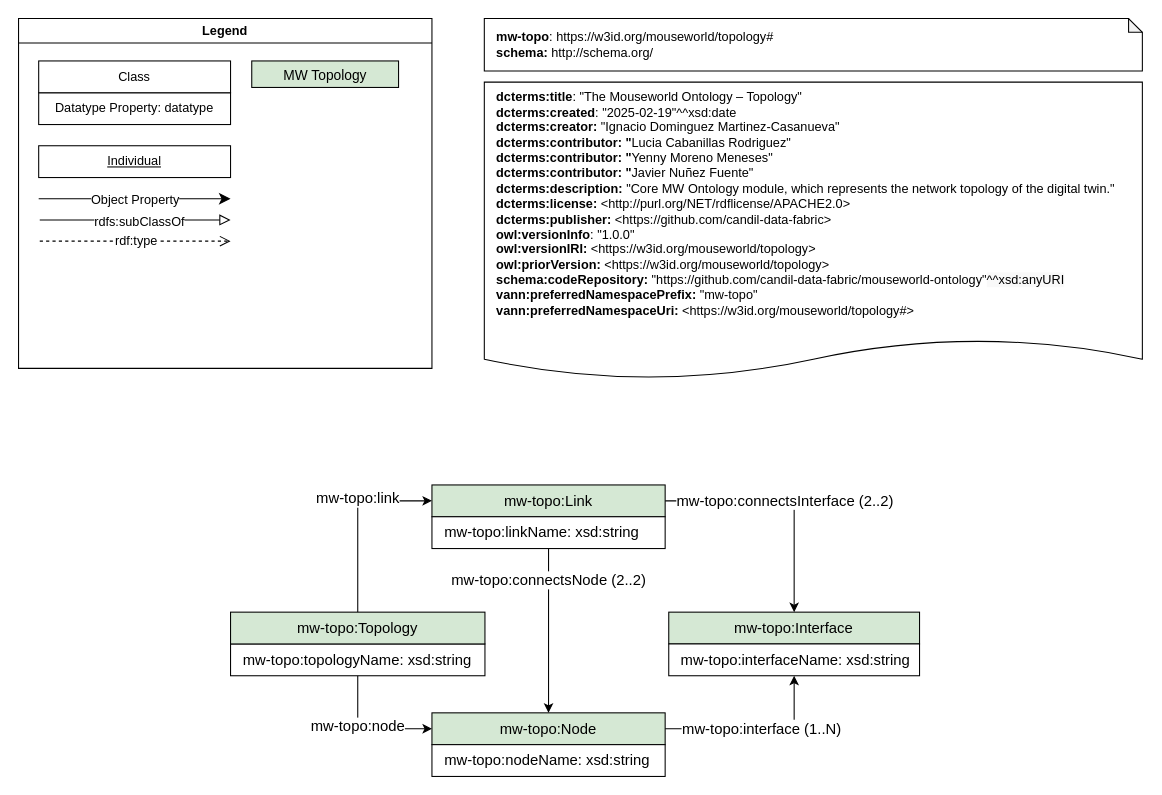
Above: diagrams/topology/topology.drawio in Mouseworld-Lab/mouseworld-ontology (draw.io), before the change. Source tidied: cells renumbered, new cells numbered last; positions are measured from the earlier drawing's top-left corner, leaving out a move shared by most shapes. Both pictures are drawn from the tidied source at 106%, with x=0, y=0 at pixel (18, 18).
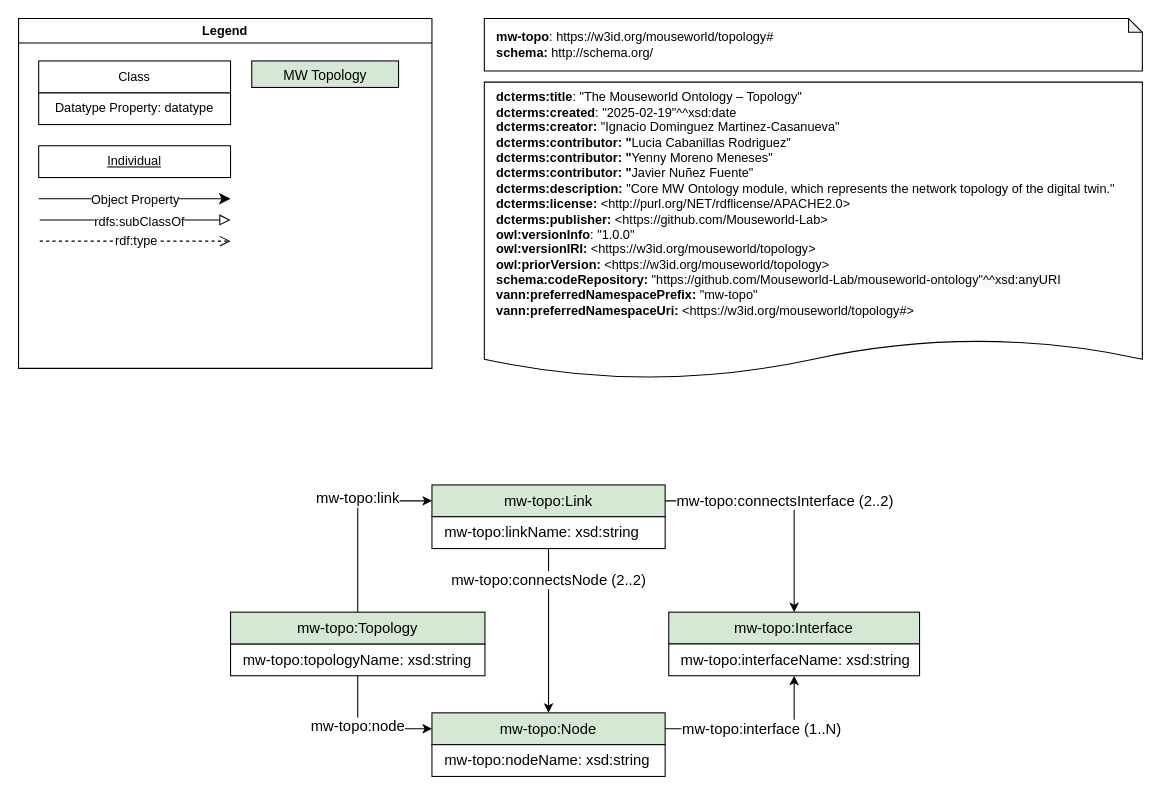
The same diagram, later.

The edit, as a diff of the source:
```diff
@@
-    <mxCell id="16" value="&lt;div&gt;&lt;b&gt;dcterms:title&lt;/b&gt;: &lt;span style=&quot;background-color: light-dark(rgb(255, 255, 255), rgb(18, 18, 18)); color: light-dark(rgb(0, 0, 0), rgb(237, 237, 237));&quot;&gt;&quot;The Mouseworld Ontology – Topology&lt;/span&gt;&lt;span style=&quot;background-color: light-dark(rgb(255, 255, 255), rgb(18, 18, 18)); color: light-dark(rgb(0, 0, 0), rgb(237, 237, 237));&quot;&gt;&quot;&lt;/span&gt;&lt;/div&gt;&lt;div&gt;&lt;b&gt;dcterms:created&lt;/b&gt;: &quot;2025-02-19&quot;^^xsd:date&lt;/div&gt;&lt;div&gt;&lt;b style=&quot;background-color: light-dark(rgb(255, 255, 255), rgb(18, 18, 18)); color: light-dark(rgb(0, 0, 0), rgb(237, 237, 237));&quot;&gt;dcterms:creator:&lt;/b&gt;&lt;span style=&quot;background-color: light-dark(rgb(255, 255, 255), rgb(18, 18, 18)); color: light-dark(rgb(0, 0, 0), rgb(237, 237, 237));&quot;&gt;&amp;nbsp;&quot;Ignacio Dominguez Martinez-Casanueva&quot;&lt;/span&gt;&lt;/div&gt;&lt;div&gt;&lt;div&gt;&lt;b&gt;dcterms:contributor: &quot;&lt;/b&gt;Lucia Cabanillas Rodriguez&quot;&lt;/div&gt;&lt;div&gt;&lt;b&gt;dcterms:contributor: &quot;&lt;/b&gt;Yenny Moreno Meneses&quot;&lt;/div&gt;&lt;div&gt;&lt;b&gt;dcterms:contributor: &quot;&lt;/b&gt;Javier Nuñez Fuente&quot;&lt;/div&gt;&lt;/div&gt;&lt;div&gt;&lt;b style=&quot;background-color: light-dark(rgb(255, 255, 255), rgb(18, 18, 18)); color: light-dark(rgb(0, 0, 0), rgb(237, 237, 237));&quot;&gt;dcterms:description:&amp;nbsp;&lt;/b&gt;&lt;span style=&quot;background-color: light-dark(rgb(255, 255, 255), rgb(18, 18, 18)); color: light-dark(rgb(0, 0, 0), rgb(237, 237, 237));&quot;&gt;&quot;Core MW Ontology module, which represents the network topology of the digital twin.&quot;&lt;/span&gt;&lt;/div&gt;&lt;div&gt;&lt;div&gt;&lt;b&gt;dcterms:license:&amp;nbsp;&lt;/b&gt;&lt;span style=&quot;background-color: light-dark(rgb(255, 255, 255), rgb(18, 18, 18));&quot;&gt;&amp;lt;http://purl.org/NET/rdflicense/APACHE2.0&amp;gt;&lt;/span&gt;&lt;/div&gt;&lt;div&gt;&lt;span style=&quot;background-color: light-dark(rgb(255, 255, 255), rgb(18, 18, 18));&quot;&gt;&lt;b&gt;dcterms:publisher: &lt;/b&gt;&amp;lt;&lt;/span&gt;&lt;span style=&quot;background-color: light-dark(rgb(255, 255, 255), rgb(18, 18, 18));&quot;&gt;https://github.com/candil-data-fabric&amp;gt;&lt;/span&gt;&lt;/div&gt;&lt;div&gt;&lt;b&gt;owl:versionInfo&lt;/b&gt;: &quot;1.0.0&quot;&lt;br&gt;&lt;/div&gt;&lt;div&gt;&lt;b&gt;owl:versionIRI:&amp;nbsp;&lt;/b&gt;&amp;lt;https://w3id.org/mouseworld/topology&lt;span style=&quot;background-color: light-dark(rgb(255, 255, 255), rgb(18, 18, 18));&quot;&gt;&amp;gt;&lt;/span&gt;&lt;/div&gt;&lt;div&gt;&lt;b style=&quot;caret-color: rgb(0, 0, 0);&quot;&gt;owl:priorVersion:&lt;/b&gt;&lt;span style=&quot;caret-color: rgb(0, 0, 0);&quot;&gt;&amp;nbsp;&amp;lt;https://w3id.org/mouseworld/topology&amp;gt;&lt;/span&gt;&lt;span style=&quot;background-color: light-dark(rgb(255, 255, 255), rgb(18, 18, 18));&quot;&gt;&lt;br&gt;&lt;/span&gt;&lt;/div&gt;&lt;div&gt;&lt;span style=&quot;caret-color: rgb(0, 0, 0);&quot;&gt;&lt;div style=&quot;&quot;&gt;&lt;b style=&quot;background-color: light-dark(rgb(255, 255, 255), rgb(18, 18, 18)); color: light-dark(rgb(0, 0, 0), rgb(237, 237, 237));&quot;&gt;schema:codeRepository: &lt;/b&gt;&lt;span style=&quot;background-color: light-dark(rgb(255, 255, 255), rgb(18, 18, 18)); color: light-dark(rgb(0, 0, 0), rgb(237, 237, 237));&quot;&gt;&quot;https://github.com/candil-data-fabric/mouseworld-ontology&quot;&lt;/span&gt;&lt;span style=&quot;color: light-dark(rgb(0, 0, 0), rgb(237, 237, 237)); background-color: rgb(249, 249, 249); text-align: justify;&quot;&gt;^^xsd:anyURI&lt;/span&gt;&lt;/div&gt;&lt;/span&gt;&lt;/div&gt;&lt;div&gt;&lt;div style=&quot;caret-color: rgb(0, 0, 0);&quot;&gt;&lt;b&gt;vann:preferredNamespacePrefix:&lt;/b&gt;&amp;nbsp;&quot;mw-topo&quot;&lt;/div&gt;&lt;div style=&quot;caret-color: rgb(0, 0, 0);&quot;&gt;&lt;b&gt;vann:preferredNamespaceUri:&lt;/b&gt;&amp;nbsp;&amp;lt;https://w3id.org/mouseworld/topology#&amp;gt;&lt;/div&gt;&lt;div style=&quot;caret-color: rgb(0, 0, 0);&quot;&gt;&lt;br&gt;&lt;/div&gt;&lt;/div&gt;&lt;/div&gt;" style="shape=document;whiteSpace=wrap;html=1;boundedLbl=1;labelBackgroundColor=#ffffff;strokeColor=#000000;fontSize=12;fontColor=#000000;size=0.13333333333333333;align=left;spacingLeft=10;fontFamily=Helvetica;" parent="1" vertex="1">
+    <mxCell id="16" value="&lt;div&gt;&lt;b&gt;dcterms:title&lt;/b&gt;: &lt;span style=&quot;background-color: light-dark(rgb(255, 255, 255), rgb(18, 18, 18)); color: light-dark(rgb(0, 0, 0), rgb(237, 237, 237));&quot;&gt;&quot;The Mouseworld Ontology – Topology&lt;/span&gt;&lt;span style=&quot;background-color: light-dark(rgb(255, 255, 255), rgb(18, 18, 18)); color: light-dark(rgb(0, 0, 0), rgb(237, 237, 237));&quot;&gt;&quot;&lt;/span&gt;&lt;/div&gt;&lt;div&gt;&lt;b&gt;dcterms:created&lt;/b&gt;: &quot;2025-02-19&quot;^^xsd:date&lt;/div&gt;&lt;div&gt;&lt;b style=&quot;background-color: light-dark(rgb(255, 255, 255), rgb(18, 18, 18)); color: light-dark(rgb(0, 0, 0), rgb(237, 237, 237));&quot;&gt;dcterms:creator:&lt;/b&gt;&lt;span style=&quot;background-color: light-dark(rgb(255, 255, 255), rgb(18, 18, 18)); color: light-dark(rgb(0, 0, 0), rgb(237, 237, 237));&quot;&gt;&amp;nbsp;&quot;Ignacio Dominguez Martinez-Casanueva&quot;&lt;/span&gt;&lt;/div&gt;&lt;div&gt;&lt;div&gt;&lt;b&gt;dcterms:contributor: &quot;&lt;/b&gt;Lucia Cabanillas Rodriguez&quot;&lt;/div&gt;&lt;div&gt;&lt;b&gt;dcterms:contributor: &quot;&lt;/b&gt;Yenny Moreno Meneses&quot;&lt;/div&gt;&lt;div&gt;&lt;b&gt;dcterms:contributor: &quot;&lt;/b&gt;Javier Nuñez Fuente&quot;&lt;/div&gt;&lt;/div&gt;&lt;div&gt;&lt;b style=&quot;background-color: light-dark(rgb(255, 255, 255), rgb(18, 18, 18)); color: light-dark(rgb(0, 0, 0), rgb(237, 237, 237));&quot;&gt;dcterms:description:&amp;nbsp;&lt;/b&gt;&lt;span style=&quot;background-color: light-dark(rgb(255, 255, 255), rgb(18, 18, 18)); color: light-dark(rgb(0, 0, 0), rgb(237, 237, 237));&quot;&gt;&quot;Core MW Ontology module, which represents the network topology of the digital twin.&quot;&lt;/span&gt;&lt;/div&gt;&lt;div&gt;&lt;div&gt;&lt;b&gt;dcterms:license:&amp;nbsp;&lt;/b&gt;&lt;span style=&quot;background-color: light-dark(rgb(255, 255, 255), rgb(18, 18, 18));&quot;&gt;&amp;lt;http://purl.org/NET/rdflicense/APACHE2.0&amp;gt;&lt;/span&gt;&lt;/div&gt;&lt;div&gt;&lt;span style=&quot;background-color: light-dark(rgb(255, 255, 255), rgb(18, 18, 18));&quot;&gt;&lt;b&gt;dcterms:publisher: &lt;/b&gt;&amp;lt;&lt;/span&gt;&lt;span style=&quot;background-color: light-dark(rgb(255, 255, 255), rgb(18, 18, 18));&quot;&gt;https://github.com/Mouseworld-Lab&amp;gt;&lt;/span&gt;&lt;/div&gt;&lt;div&gt;&lt;b&gt;owl:versionInfo&lt;/b&gt;: &quot;1.0.0&quot;&lt;br&gt;&lt;/div&gt;&lt;div&gt;&lt;b&gt;owl:versionIRI:&amp;nbsp;&lt;/b&gt;&amp;lt;https://w3id.org/mouseworld/topology&lt;span style=&quot;background-color: light-dark(rgb(255, 255, 255), rgb(18, 18, 18));&quot;&gt;&amp;gt;&lt;/span&gt;&lt;/div&gt;&lt;div&gt;&lt;b style=&quot;caret-color: rgb(0, 0, 0);&quot;&gt;owl:priorVersion:&lt;/b&gt;&lt;span style=&quot;caret-color: rgb(0, 0, 0);&quot;&gt;&amp;nbsp;&amp;lt;https://w3id.org/mouseworld/topology&amp;gt;&lt;/span&gt;&lt;span style=&quot;background-color: light-dark(rgb(255, 255, 255), rgb(18, 18, 18));&quot;&gt;&lt;br&gt;&lt;/span&gt;&lt;/div&gt;&lt;div&gt;&lt;span style=&quot;caret-color: rgb(0, 0, 0);&quot;&gt;&lt;div style=&quot;&quot;&gt;&lt;b style=&quot;background-color: light-dark(rgb(255, 255, 255), rgb(18, 18, 18)); color: light-dark(rgb(0, 0, 0), rgb(237, 237, 237));&quot;&gt;schema:codeRepository: &lt;/b&gt;&lt;span style=&quot;background-color: light-dark(rgb(255, 255, 255), rgb(18, 18, 18)); color: light-dark(rgb(0, 0, 0), rgb(237, 237, 237));&quot;&gt;&quot;https://github.com/Mouseworld-Lab/mouseworld-ontology&quot;&lt;/span&gt;&lt;span style=&quot;color: light-dark(rgb(0, 0, 0), rgb(237, 237, 237)); background-color: rgb(249, 249, 249); text-align: justify;&quot;&gt;^^xsd:anyURI&lt;/span&gt;&lt;/div&gt;&lt;/span&gt;&lt;/div&gt;&lt;div&gt;&lt;div style=&quot;caret-color: rgb(0, 0, 0);&quot;&gt;&lt;b&gt;vann:preferredNamespacePrefix:&lt;/b&gt;&amp;nbsp;&quot;mw-topo&quot;&lt;/div&gt;&lt;div style=&quot;caret-color: rgb(0, 0, 0);&quot;&gt;&lt;b&gt;vann:preferredNamespaceUri:&lt;/b&gt;&amp;nbsp;&amp;lt;https://w3id.org/mouseworld/topology#&amp;gt;&lt;/div&gt;&lt;div style=&quot;caret-color: rgb(0, 0, 0);&quot;&gt;&lt;br&gt;&lt;/div&gt;&lt;/div&gt;&lt;/div&gt;" style="shape=document;whiteSpace=wrap;html=1;boundedLbl=1;labelBackgroundColor=#ffffff;strokeColor=#000000;fontSize=12;fontColor=#000000;size=0.13333333333333333;align=left;spacingLeft=10;fontFamily=Helvetica;" parent="1" vertex="1">
       <mxGeometry x="439.4" y="60" width="620.8" height="280" as="geometry" />
     </mxCell>
```
